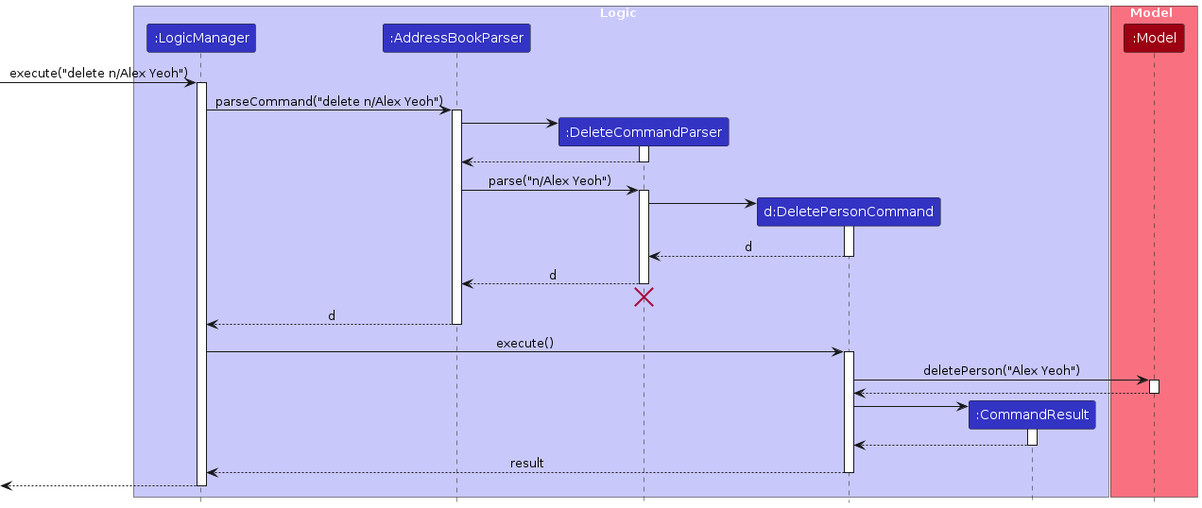
This is diagrams/DeletePersonSequenceDiagram.png from Kailash201/tp, a PlantUML export, as it was before one commit. Its source is kept beside it as diagrams/DeletePersonSequenceDiagram.puml. Its diagram source:
```plantuml
@startuml
!include style.puml
skinparam ArrowFontStyle plain

box Logic LOGIC_COLOR_T1
participant ":LogicManager" as LogicManager LOGIC_COLOR
participant ":AddressBookParser" as AddressBookParser LOGIC_COLOR
participant ":DeleteCommandParser" as DeleteCommandParser LOGIC_COLOR
participant "d:DeletePersonCommand" as DeletePersonCommand LOGIC_COLOR
participant ":CommandResult" as CommandResult LOGIC_COLOR
end box

box Model MODEL_COLOR_T1
participant ":Model" as Model MODEL_COLOR
end box

[-> LogicManager : execute("delete n/Alex Yeoh")
activate LogicManager

LogicManager -> AddressBookParser : parseCommand("delete n/Alex Yeoh")
activate AddressBookParser

create DeleteCommandParser
AddressBookParser -> DeleteCommandParser
activate DeleteCommandParser

DeleteCommandParser --> AddressBookParser
deactivate DeleteCommandParser

AddressBookParser -> DeleteCommandParser : parse("n/Alex Yeoh")
activate DeleteCommandParser

create DeletePersonCommand
DeleteCommandParser -> DeletePersonCommand
activate DeletePersonCommand

DeletePersonCommand --> DeleteCommandParser : d
deactivate DeletePersonCommand

DeleteCommandParser --> AddressBookParser : d
deactivate DeleteCommandParser
DeleteCommandParser -[hidden]-> AddressBookParser
destroy DeleteCommandParser

AddressBookParser --> LogicManager : d
deactivate AddressBookParser

LogicManager -> DeletePersonCommand : execute()
activate DeletePersonCommand

DeletePersonCommand -> Model : deletePerson("Alex Yeoh")
activate Model

Model --> DeletePersonCommand
deactivate Model

create CommandResult
DeletePersonCommand -> CommandResult
activate CommandResult

CommandResult --> DeletePersonCommand
deactivate CommandResult

DeletePersonCommand --> LogicManager : result
deactivate DeletePersonCommand

[<--LogicManager
deactivate LogicManager
@enduml
```
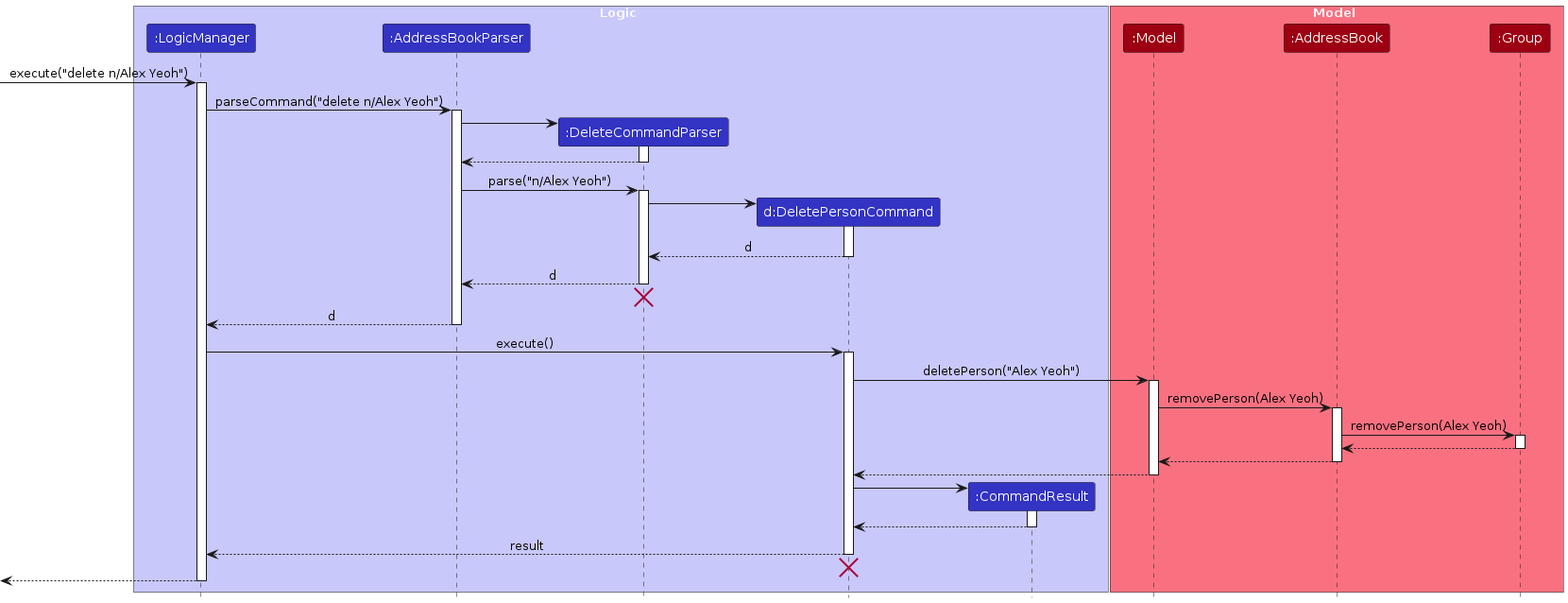
After the change.

Change to the diagram source:
```diff
@@ -12,6 +12,8 @@
 
 box Model MODEL_COLOR_T1
 participant ":Model" as Model MODEL_COLOR
+participant ":AddressBook" as AddressBook MODEL_COLOR
+participant ":Group" as Group MODEL_COLOR
 end box
 
 [-> LogicManager : execute("delete n/Alex Yeoh")
@@ -51,6 +53,18 @@
 DeletePersonCommand -> Model : deletePerson("Alex Yeoh")
 activate Model
 
+Model -> AddressBook : removePerson(Alex Yeoh)
+activate AddressBook
+
+AddressBook -> Group : removePerson(Alex Yeoh)
+activate Group
+
+Group --> AddressBook
+deactivate Group
+
+AddressBook --> Model
+deactivate AddressBook
+
 Model --> DeletePersonCommand
 deactivate Model
 
@@ -64,6 +78,9 @@
 DeletePersonCommand --> LogicManager : result
 deactivate DeletePersonCommand
 
+DeletePersonCommand -[hidden]-> AddressBookParser
+destroy DeletePersonCommand
+
 [<--LogicManager
 deactivate LogicManager
 @enduml
```
